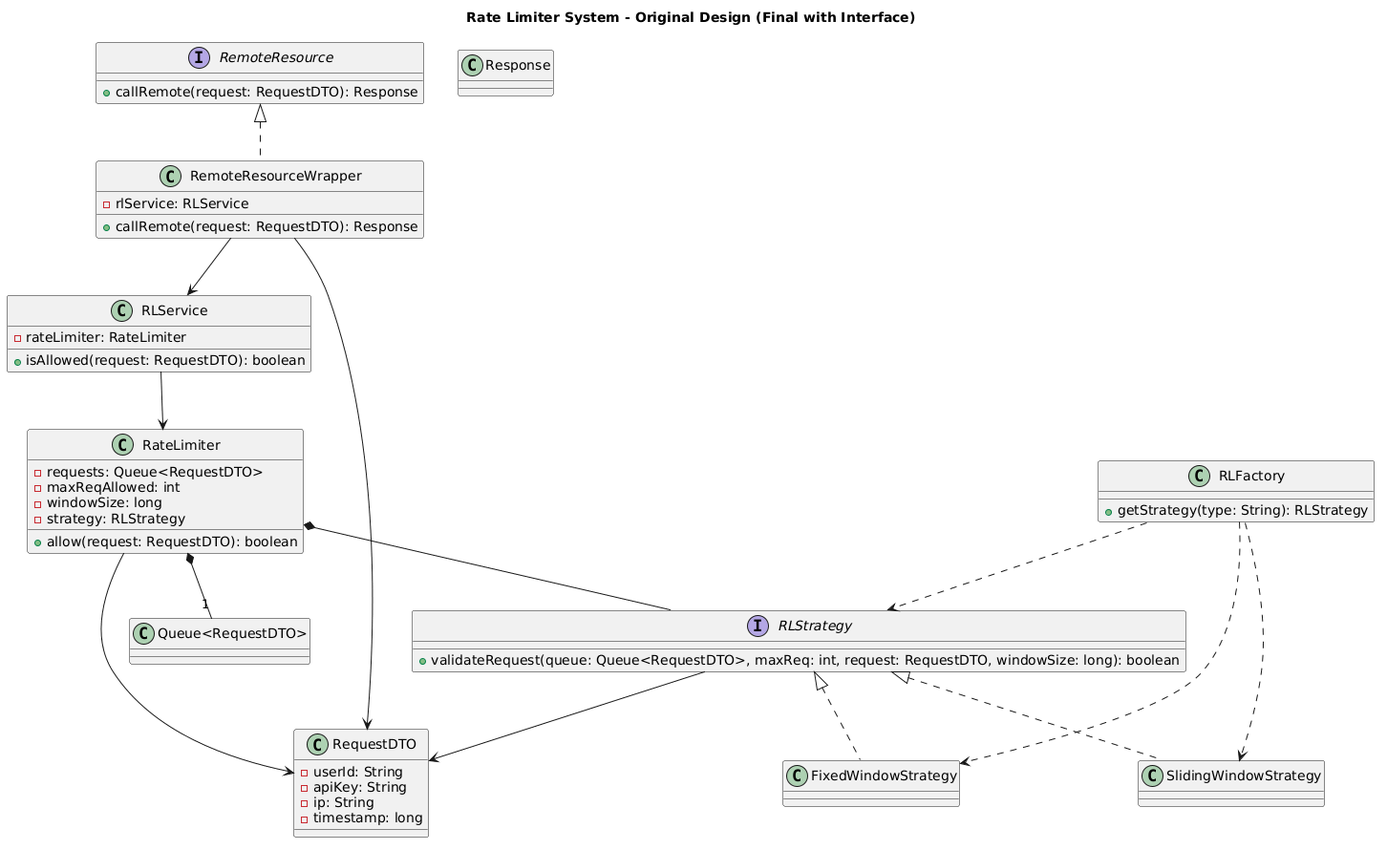
The PlantUML diagram RateLimiterSystem/RateLimiterSystem.png in KavyaDhyani/SST28-LLD101, before a commit. The source it was exported from:
```plantuml
@startuml
title Rate Limiter System - Original Design (Final with Interface)

class RequestDTO {
    -userId: String
    -apiKey: String
    -ip: String
    -timestamp: long
}

class Response

interface RLStrategy {
    +validateRequest(queue: Queue<RequestDTO>, maxReq: int, request: RequestDTO, windowSize: long): boolean
}

class FixedWindowStrategy
class SlidingWindowStrategy

RLStrategy <|.. FixedWindowStrategy
RLStrategy <|.. SlidingWindowStrategy

class RateLimiter {
    -requests: Queue<RequestDTO>
    -maxReqAllowed: int
    -windowSize: long
    -strategy: RLStrategy
    +allow(request: RequestDTO): boolean
}

class RLService {
    -rateLimiter: RateLimiter
    +isAllowed(request: RequestDTO): boolean
}

interface RemoteResource {
    +callRemote(request: RequestDTO): Response
}

class RemoteResourceWrapper {
    -rlService: RLService
    +callRemote(request: RequestDTO): Response
}

RemoteResource <|.. RemoteResourceWrapper

class RLFactory {
    +getStrategy(type: String): RLStrategy
}


RateLimiter *-- RLStrategy
RateLimiter *-- "1" "Queue<RequestDTO>"

RLService --> RateLimiter
RemoteResourceWrapper --> RLService

RLFactory ..> RLStrategy
RLFactory ..> FixedWindowStrategy
RLFactory ..> SlidingWindowStrategy

RateLimiter --> RequestDTO
RLStrategy --> RequestDTO
RemoteResourceWrapper --> RequestDTO
@enduml
```
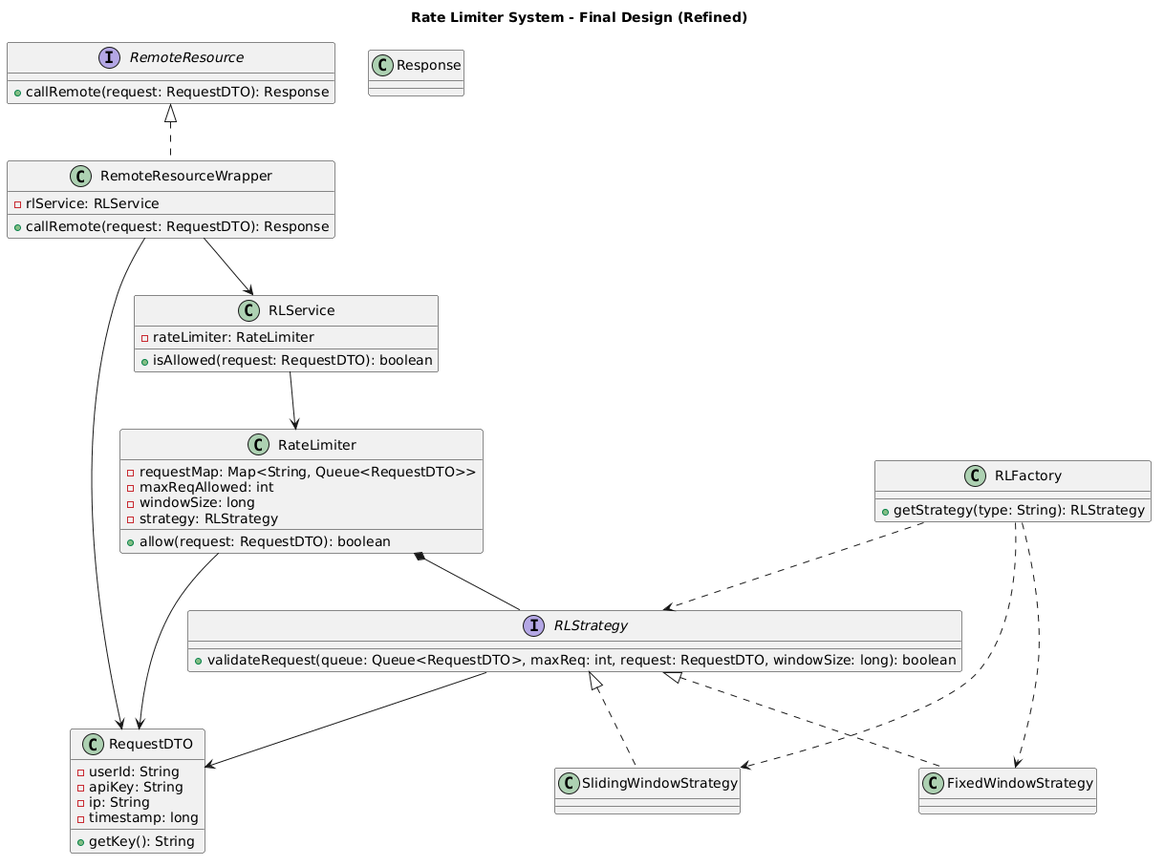
The same diagram one commit later.

Commit message:
Rate Limiter System fixed

Change to the diagram source:
```diff
@@ -1,11 +1,12 @@
 @startuml
-title Rate Limiter System - Original Design (Final with Interface)
+title Rate Limiter System - Final Design (Refined)
 
 class RequestDTO {
     -userId: String
     -apiKey: String
     -ip: String
     -timestamp: long
+    +getKey(): String
 }
 
 class Response
@@ -21,7 +22,7 @@
 RLStrategy <|.. SlidingWindowStrategy
 
 class RateLimiter {
-    -requests: Queue<RequestDTO>
+    -requestMap: Map<String, Queue<RequestDTO>>
     -maxReqAllowed: int
     -windowSize: long
     -strategy: RLStrategy
@@ -50,7 +51,6 @@
 
 
 RateLimiter *-- RLStrategy
-RateLimiter *-- "1" "Queue<RequestDTO>"
 
 RLService --> RateLimiter
 RemoteResourceWrapper --> RLService
```
